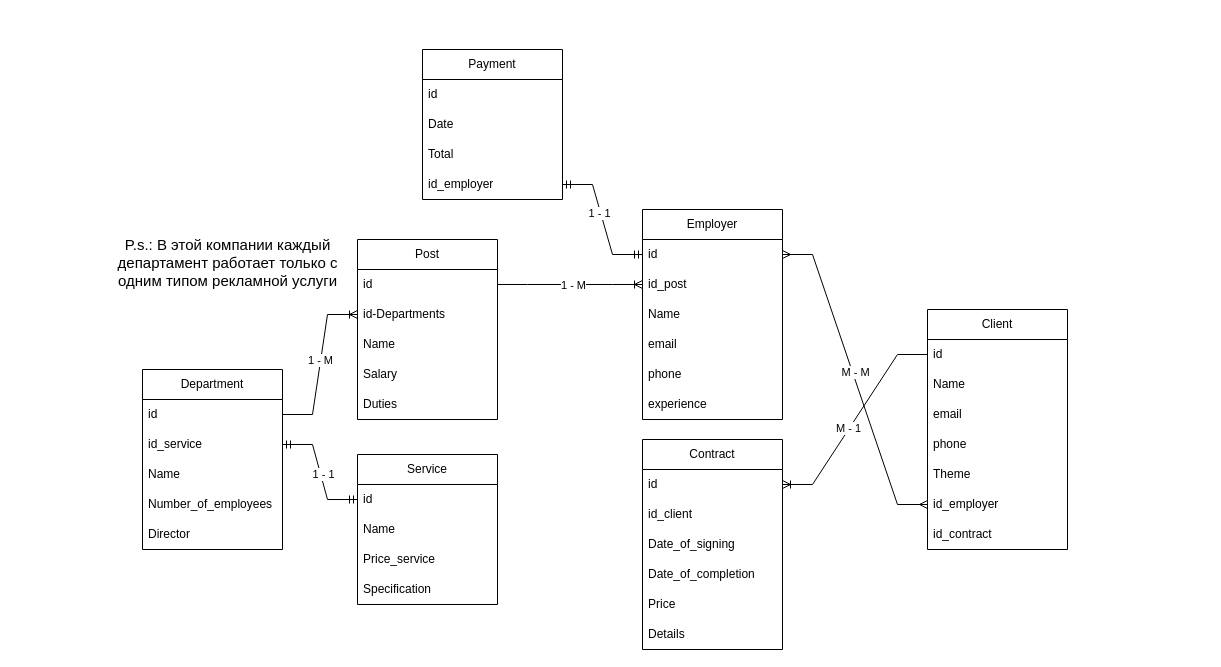
Earlier version of the draw.io diagram Рекламное агентство.drawio (Aazmandiuc/DataBases). Source tidied: cells renumbered, new cells numbered last; positions are measured from the earlier drawing's top-left corner, leaving out a move shared by most shapes. Both pictures are drawn from the tidied source at 100%, with x=0, y=0 at pixel (87, 49).
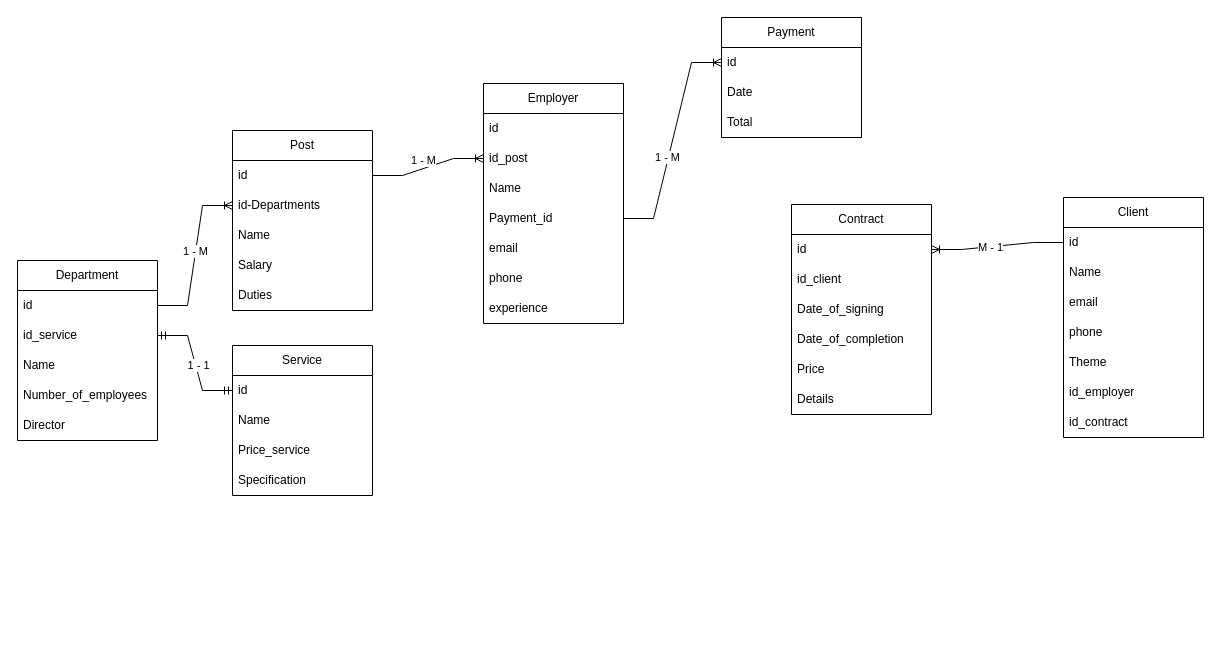
Above is the later version.

The change refers to these unchanged cells:
```xml
<mxCell id="10" value="id_service" style="text;strokeColor=none;fillColor=none;align=left;verticalAlign=middle;spacingLeft=4;spacingRight=4;overflow=hidden;points=[[0,0.5],[1,0.5]];portConstraint=eastwest;whiteSpace=wrap;html=1;" parent="8" vertex="1">
  <mxGeometry y="60" width="140" height="30" as="geometry" />
</mxCell>
<mxCell id="15" value="id" style="text;strokeColor=none;fillColor=none;align=left;verticalAlign=middle;spacingLeft=4;spacingRight=4;overflow=hidden;points=[[0,0.5],[1,0.5]];portConstraint=eastwest;whiteSpace=wrap;html=1;" parent="14" vertex="1">
  <mxGeometry y="30" width="140" height="30" as="geometry" />
</mxCell>
<mxCell id="32" value="id_employer" style="text;strokeColor=none;fillColor=none;align=left;verticalAlign=middle;spacingLeft=4;spacingRight=4;overflow=hidden;points=[[0,0.5],[1,0.5]];portConstraint=eastwest;whiteSpace=wrap;html=1;" parent="26" vertex="1">
  <mxGeometry y="180" width="140" height="30" as="geometry" />
</mxCell>
<mxCell id="35" value="id" style="text;strokeColor=none;fillColor=none;align=left;verticalAlign=middle;spacingLeft=4;spacingRight=4;overflow=hidden;points=[[0,0.5],[1,0.5]];portConstraint=eastwest;whiteSpace=wrap;html=1;" parent="34" vertex="1">
  <mxGeometry y="30" width="140" height="30" as="geometry" />
</mxCell>
<mxCell id="42" value="id" style="text;strokeColor=none;fillColor=none;align=left;verticalAlign=middle;spacingLeft=4;spacingRight=4;overflow=hidden;points=[[0,0.5],[1,0.5]];portConstraint=eastwest;whiteSpace=wrap;html=1;" parent="41" vertex="1">
  <mxGeometry y="30" width="140" height="30" as="geometry" />
</mxCell>
```

What changed in the source:
```diff
@@
     <mxCell id="2" value="Post" style="swimlane;fontStyle=0;horizontal=1;startSize=30;whiteSpace=wrap;html=1;rounded=0;swimlaneLine=1;glass=0;shadow=0;noLabel=0;direction=east;fixDash=0;absoluteArcSize=0;" parent="1" vertex="1">
-      <mxGeometry x="270" y="190" width="140" height="180" as="geometry" />
+      <mxGeometry x="145" y="81" width="140" height="180" as="geometry" />
     </mxCell>
@@
     <mxCell id="8" value="Department" style="swimlane;fontStyle=0;horizontal=1;startSize=30;whiteSpace=wrap;html=1;rounded=0;swimlaneLine=1;glass=0;shadow=0;noLabel=0;direction=east;fixDash=0;absoluteArcSize=0;" parent="1" vertex="1">
-      <mxGeometry x="55" y="320" width="140" height="180" as="geometry" />
+      <mxGeometry x="-70" y="211" width="140" height="180" as="geometry" />
     </mxCell>
@@
     <mxCell id="14" value="Service" style="swimlane;fontStyle=0;horizontal=1;startSize=30;whiteSpace=wrap;html=1;" parent="1" vertex="1">
-      <mxGeometry x="270" y="405" width="140" height="150" as="geometry" />
+      <mxGeometry x="145" y="296" width="140" height="150" as="geometry" />
     </mxCell>
@@
     <mxCell id="19" value="Contract" style="swimlane;fontStyle=0;horizontal=1;startSize=30;whiteSpace=wrap;html=1;" parent="1" vertex="1">
-      <mxGeometry x="555" y="390" width="140" height="210" as="geometry" />
+      <mxGeometry x="704" y="155" width="140" height="210" as="geometry" />
     </mxCell>
@@
     <mxCell id="26" value="Client" style="swimlane;fontStyle=0;horizontal=1;startSize=30;whiteSpace=wrap;html=1;rounded=0;swimlaneLine=1;glass=0;shadow=0;noLabel=0;direction=east;fixDash=0;absoluteArcSize=0;" parent="1" vertex="1">
-      <mxGeometry x="840" y="260" width="140" height="240" as="geometry" />
+      <mxGeometry x="976" y="148" width="140" height="240" as="geometry" />
     </mxCell>
@@
     <mxCell id="34" value="Employer" style="swimlane;fontStyle=0;horizontal=1;startSize=30;whiteSpace=wrap;html=1;rounded=0;swimlaneLine=1;glass=0;shadow=0;noLabel=0;direction=east;fixDash=0;absoluteArcSize=0;" parent="1" vertex="1">
-      <mxGeometry x="555" y="160" width="140" height="210" as="geometry" />
+      <mxGeometry x="396" y="34" width="140" height="240" as="geometry" />
     </mxCell>
@@
+    <mxCell id="59" value="Payment_id" style="text;strokeColor=none;fillColor=none;align=left;verticalAlign=middle;spacingLeft=4;spacingRight=4;overflow=hidden;points=[[0,0.5],[1,0.5]];portConstraint=eastwest;whiteSpace=wrap;html=1;" parent="34" vertex="1">
+      <mxGeometry y="120" width="140" height="30" as="geometry" />
+    </mxCell>
     <mxCell id="38" value="email" style="text;strokeColor=none;fillColor=none;align=left;verticalAlign=middle;spacingLeft=4;spacingRight=4;overflow=hidden;whiteSpace=wrap;html=1;" parent="34" vertex="1">
-      <mxGeometry y="120" width="140" height="30" as="geometry" />
+      <mxGeometry y="150" width="140" height="30" as="geometry" />
     </mxCell>
     <mxCell id="39" value="phone" style="text;strokeColor=none;fillColor=none;align=left;verticalAlign=middle;spacingLeft=4;spacingRight=4;overflow=hidden;whiteSpace=wrap;html=1;" parent="34" vertex="1">
-      <mxGeometry y="150" width="140" height="30" as="geometry" />
+      <mxGeometry y="180" width="140" height="30" as="geometry" />
     </mxCell>
     <mxCell id="40" value="experience" style="text;strokeColor=none;fillColor=none;align=left;verticalAlign=middle;spacingLeft=4;spacingRight=4;overflow=hidden;whiteSpace=wrap;html=1;" parent="34" vertex="1">
-      <mxGeometry y="180" width="140" height="30" as="geometry" />
+      <mxGeometry y="210" width="140" height="30" as="geometry" />
     </mxCell>
     <mxCell id="41" value="Payment" style="swimlane;fontStyle=0;horizontal=1;startSize=30;whiteSpace=wrap;html=1;rounded=0;swimlaneLine=1;glass=0;shadow=0;noLabel=0;direction=east;fixDash=0;absoluteArcSize=0;" parent="1" vertex="1">
-      <mxGeometry x="335" width="140" height="150" as="geometry" />
+      <mxGeometry x="634" y="-32" width="140" height="120" as="geometry" />
     </mxCell>
@@
-    <mxCell id="45" value="id_employer" style="text;strokeColor=none;fillColor=none;align=left;verticalAlign=middle;spacingLeft=4;spacingRight=4;overflow=hidden;points=[[0,0.5],[1,0.5]];portConstraint=eastwest;whiteSpace=wrap;html=1;" parent="41" vertex="1">
-      <mxGeometry y="120" width="140" height="30" as="geometry" />
-    </mxCell>
@@
-    <mxCell id="50" style="edgeStyle=entityRelationEdgeStyle;fontSize=12;html=1;endArrow=ERmandOne;startArrow=ERmandOne;rounded=0;exitX=1;exitY=0.5;exitDx=0;exitDy=0;entryX=0;entryY=0.5;entryDx=0;entryDy=0;" parent="1" edge="1" source="45" target="35">
-      <mxGeometry relative="1" as="geometry" />
-    </mxCell>
-    <mxCell id="51" value="1 - 1" style="edgeLabel;html=1;align=center;verticalAlign=middle;" parent="50" vertex="1">
-      <mxGeometry x="-0.11" y="-2" relative="1" as="geometry" />
-    </mxCell>
-    <mxCell id="52" style="edgeStyle=entityRelationEdgeStyle;fontSize=12;html=1;endArrow=ERmany;startArrow=ERmany;rounded=0;entryX=1;entryY=0.5;entryDx=0;entryDy=0;exitX=0;exitY=0.5;exitDx=0;exitDy=0;" parent="1" edge="1" source="32" target="35">
-      <mxGeometry relative="1" as="geometry" />
-    </mxCell>
-    <mxCell id="53" value="М - М" style="edgeLabel;html=1;align=center;verticalAlign=middle;" parent="52" vertex="1">
-      <mxGeometry x="0.12" y="1" relative="1" as="geometry">
-        <mxPoint x="7" y="10" as="offset" />
-      </mxGeometry>
-    </mxCell>
     <mxCell id="54" style="edgeStyle=entityRelationEdgeStyle;fontSize=12;html=1;endArrow=ERmandOne;startArrow=ERmandOne;rounded=0;entryX=0;entryY=0.5;entryDx=0;entryDy=0;exitX=1;exitY=0.5;exitDx=0;exitDy=0;" parent="1" edge="1" source="10" target="15">
       <mxGeometry relative="1" as="geometry">
         <Array as="points">
-          <mxPoint y="395" />
+          <mxPoint x="-125" y="286" />
         </Array>
       </mxGeometry>
     </mxCell>
@@
-    <mxCell id="56" value="&lt;font style=&quot;font-size: 15px;&quot;&gt;P.s.: В этой компании каждый департамент работает только с одним типом рекламной услуги&lt;/font&gt;" style="text;strokeColor=none;align=center;fillColor=none;html=1;verticalAlign=middle;whiteSpace=wrap;rounded=0;" parent="1" vertex="1">
-      <mxGeometry x="22" y="198" width="236.7" height="30" as="geometry" />
-    </mxCell>
@@
+    <mxCell id="60" style="edgeStyle=entityRelationEdgeStyle;fontSize=12;html=1;endArrow=ERoneToMany;rounded=0;entryX=0;entryY=0.5;entryDx=0;entryDy=0;exitX=1;exitY=0.5;exitDx=0;exitDy=0;" parent="1" edge="1" source="59" target="42">
+      <mxGeometry relative="1" as="geometry">
+        <Array as="points">
+          <mxPoint x="473" y="44" />
+        </Array>
+      </mxGeometry>
+    </mxCell>
+    <mxCell id="61" value="1 - M" style="edgeLabel;html=1;align=center;verticalAlign=middle;" parent="60" vertex="1">
+      <mxGeometry x="-0.16" y="1" relative="1" as="geometry" />
+    </mxCell>
```
